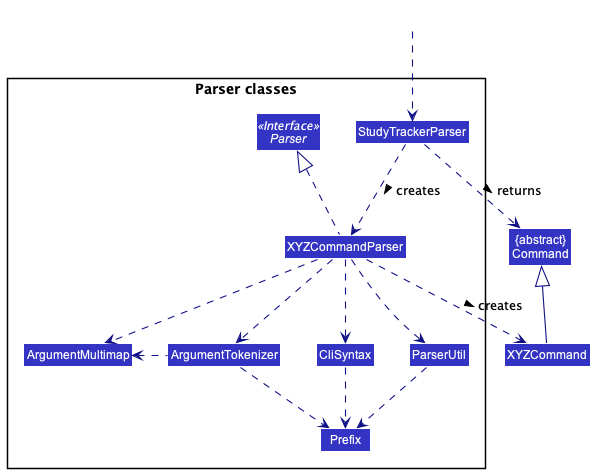
Above: docs/images/ParserClasses.png in ruoyann/tp (PlantUML), before the change. The source it was exported from:
```plantuml
@startuml
!include style.puml
skinparam arrowThickness 1.1
skinparam arrowColor LOGIC_COLOR_T4
skinparam classBackgroundColor LOGIC_COLOR

Class "{abstract}\nCommand" as Command
Class XYZCommand

package "Parser classes"{
Interface Parser <<Interface>>
Class StudyTrackerParser
Class XYZCommandParser
Class CliSyntax
Class ParserUtil
Class ArgumentMultimap
Class ArgumentTokenizer
Class Prefix
}

Class HiddenOutside #FFFFFF
HiddenOutside ..> StudyTrackerParser

StudyTrackerParser .down.> XYZCommandParser: creates >

XYZCommandParser ..> XYZCommand : creates >
StudyTrackerParser ..> Command : returns >
XYZCommandParser .up.|> Parser
XYZCommandParser ..> ArgumentMultimap
XYZCommandParser ..> ArgumentTokenizer
ArgumentTokenizer .left.> ArgumentMultimap
XYZCommandParser ..> CliSyntax
CliSyntax ..> Prefix
XYZCommandParser ..> ParserUtil
ParserUtil .down.> Prefix
ArgumentTokenizer .down.> Prefix
XYZCommand -up-|> Command
@enduml
```
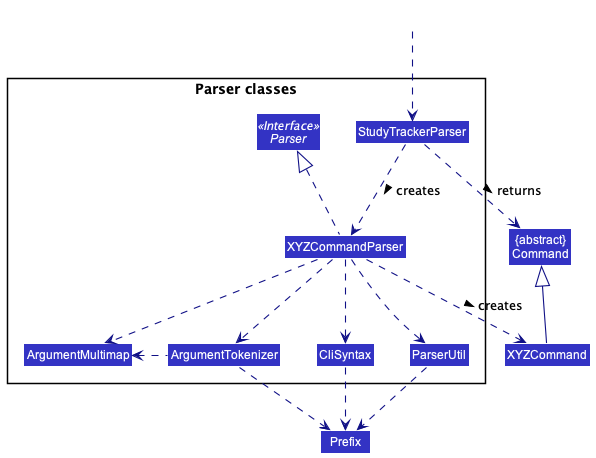
Later version of the same file.

Change to the diagram source:
```diff
@@ -15,7 +15,6 @@
 Class ParserUtil
 Class ArgumentMultimap
 Class ArgumentTokenizer
-Class Prefix
 }
 
 Class HiddenOutside #FFFFFF
```
